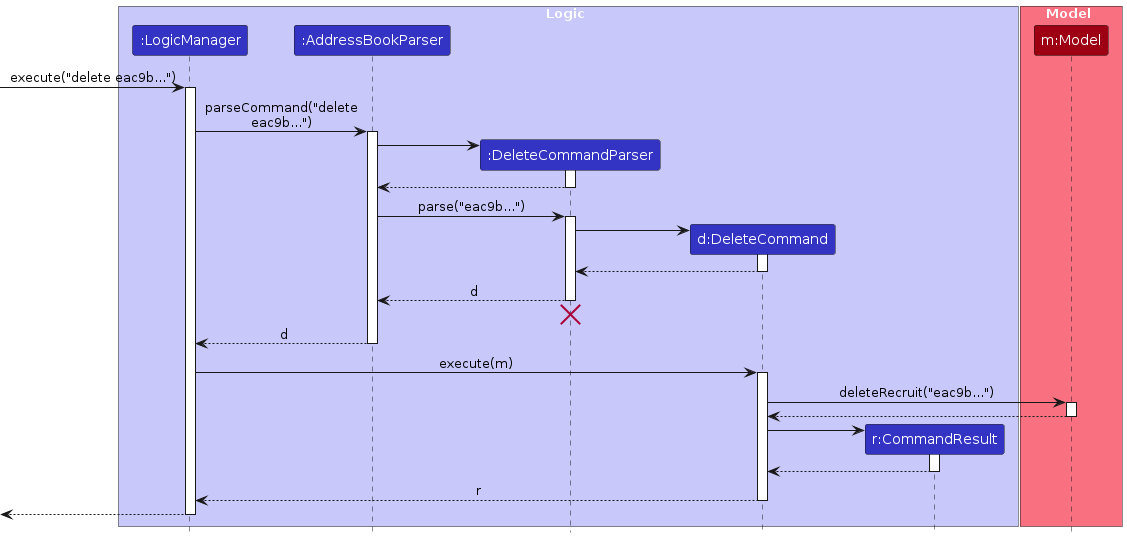
Above: diagrams/DeleteSequenceDiagram.png in AY2526S1-CS2103T-F09-3/tp (PlantUML), before the change. Its source is kept beside it as diagrams/DeleteSequenceDiagram.puml.
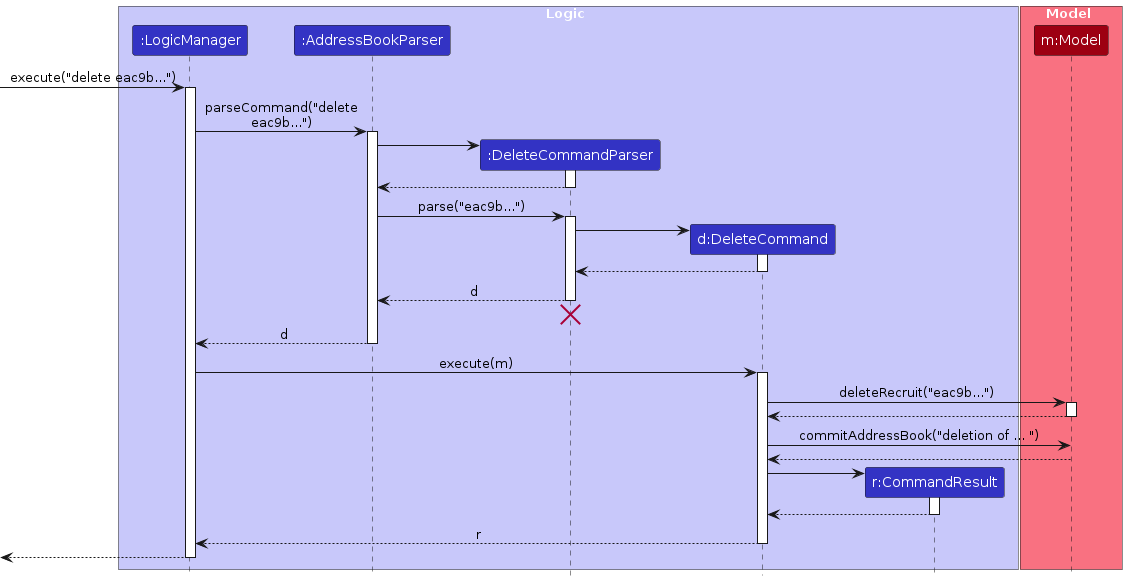
After the commit.

Change to the diagram source:
```diff
@@ -54,6 +54,10 @@
 Model --> DeleteCommand
 deactivate Model
 
+DeleteCommand -> Model : commitAddressBook("deletion of ... ")
+Model --> DeleteCommand
+deactivate Model
+
 create CommandResult
 DeleteCommand -> CommandResult
 activate CommandResult
```
